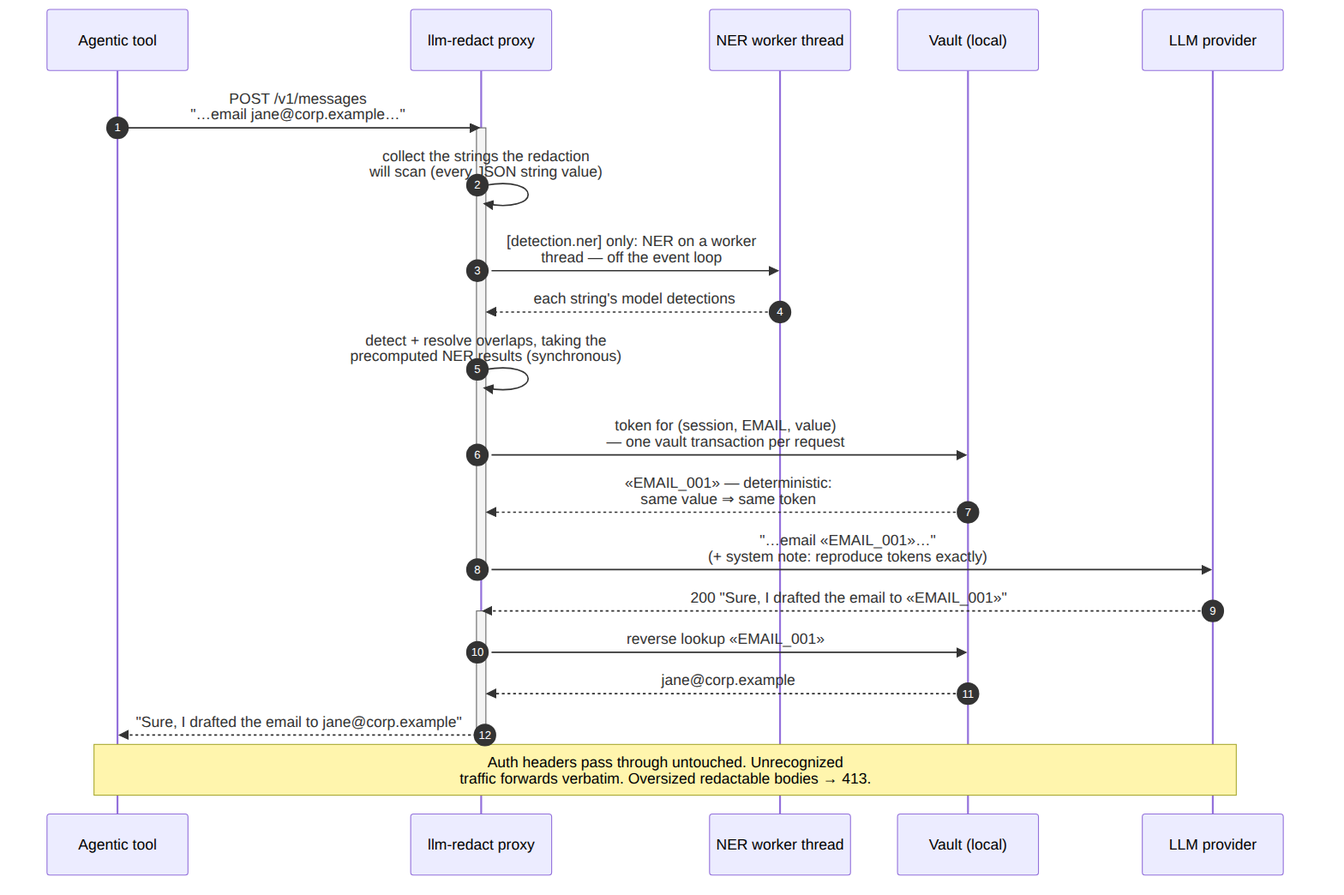
This is docs/diagrams/sequence-chat.png from asanderson/llm-redact, a Mermaid export, as it was before one commit. Its source is kept beside it as docs/diagrams/sequence-chat.mmd. The source it was exported from:
```mermaid
sequenceDiagram
    autonumber
    participant T as Agentic tool
    participant P as llm-redact proxy
    participant W as NER worker thread
    participant V as Vault (local)
    participant L as LLM provider

    T->>P: POST /v1/messages<br/>"…email jane@corp.example…"
    activate P
    P->>P: collect the strings the redaction<br/>will scan (every JSON string value)
    P->>W: [detection.ner] only: NER on a worker<br/>thread — off the event loop
    W-->>P: each string's model detections
    P->>P: detect + resolve overlaps, taking the<br/>precomputed NER results (synchronous)
    P->>V: token for (session, EMAIL, value)<br/>— one vault transaction per request
    V-->>P: «EMAIL_001» — deterministic:<br/>same value ⇒ same token
    P->>L: "…email «EMAIL_001»…"<br/>(+ system note: reproduce tokens exactly)
    deactivate P
    L-->>P: 200 "Sure, I drafted the email to «EMAIL_001»"
    activate P
    P->>V: reverse lookup «EMAIL_001»
    V-->>P: jane@corp.example
    P-->>T: "Sure, I drafted the email to jane@corp.example"
    deactivate P
    Note over T,L: Auth headers pass through untouched. Unrecognized<br/>traffic forwards verbatim. Oversized redactable bodies → 413.
```
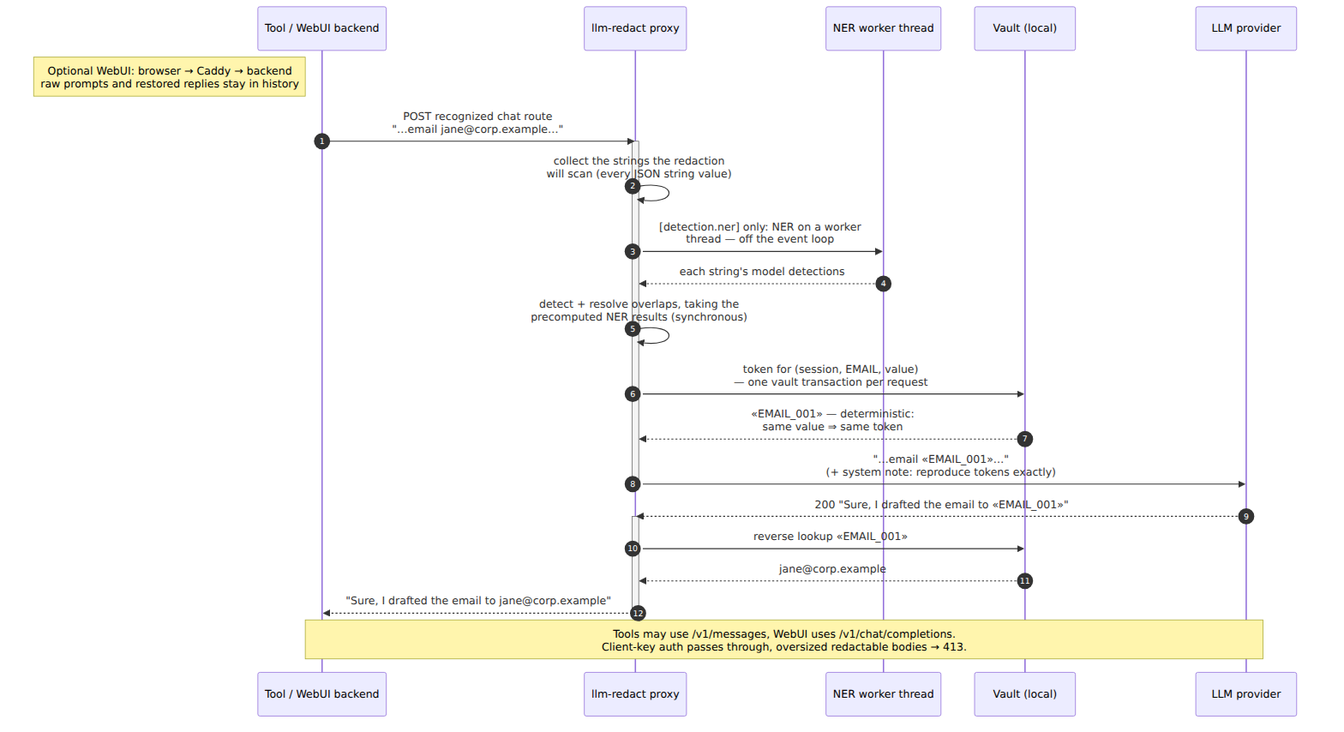
The same file after the commit.

What changed in the source:
```diff
@@ -1,12 +1,13 @@
 sequenceDiagram
     autonumber
-    participant T as Agentic tool
+    participant T as Tool / WebUI backend
     participant P as llm-redact proxy
     participant W as NER worker thread
     participant V as Vault (local)
     participant L as LLM provider
 
-    T->>P: POST /v1/messages<br/>"…email jane@corp.example…"
+    Note left of T: Optional WebUI: browser → Caddy → backend<br/>raw prompts and restored replies stay in history
+    T->>P: POST recognized chat route<br/>"…email jane@corp.example…"
     activate P
     P->>P: collect the strings the redaction<br/>will scan (every JSON string value)
     P->>W: [detection.ner] only: NER on a worker<br/>thread — off the event loop
@@ -22,4 +23,4 @@
     V-->>P: jane@corp.example
     P-->>T: "Sure, I drafted the email to jane@corp.example"
     deactivate P
-    Note over T,L: Auth headers pass through untouched. Unrecognized<br/>traffic forwards verbatim. Oversized redactable bodies → 413.
+    Note over T,L: Tools may use /v1/messages, WebUI uses /v1/chat/completions.<br/>Client-key auth passes through, oversized redactable bodies → 413.
```
